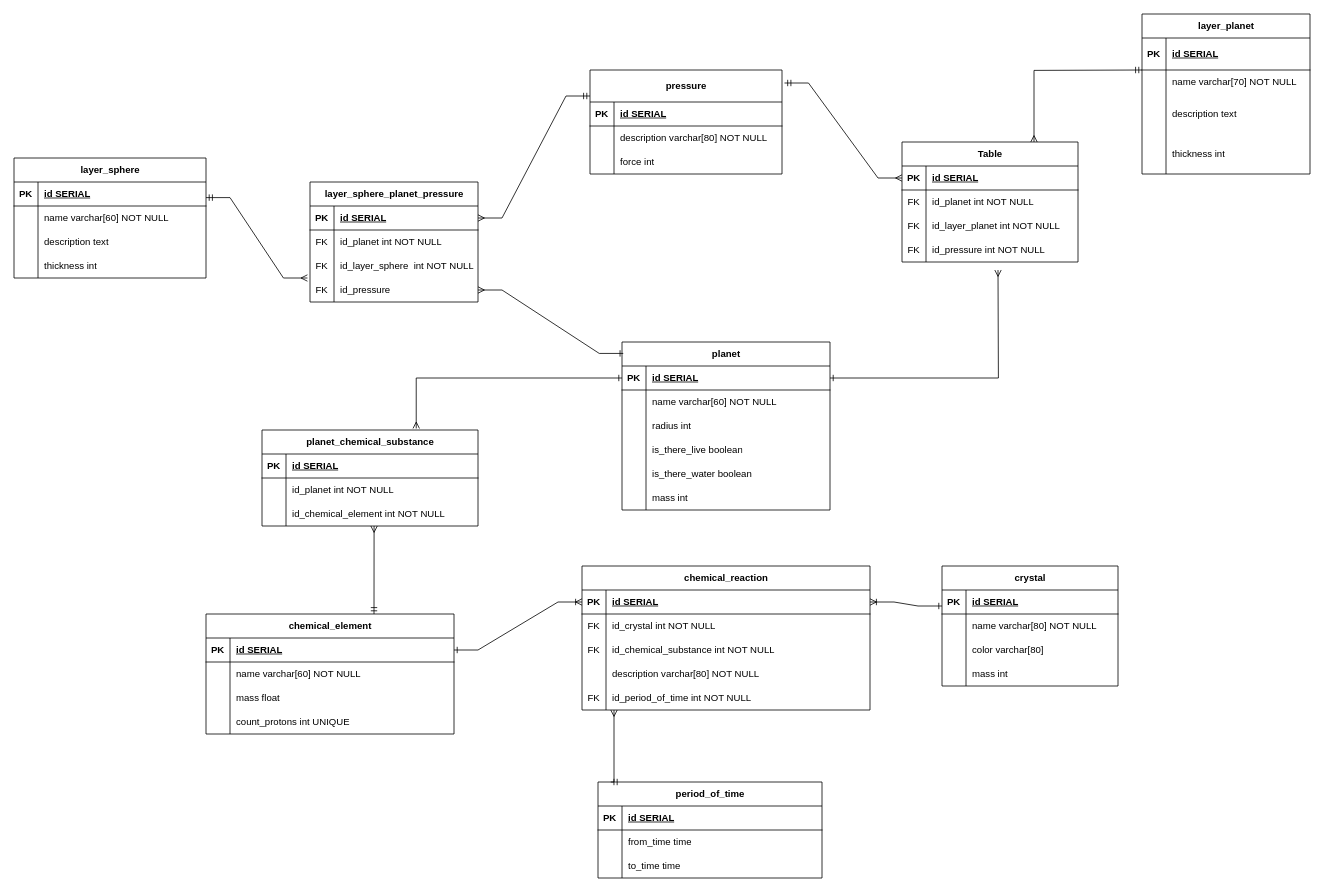
This is e.drawio from Timur312o4/Data-base, a draw.io file, before an edit. Source tidied: cells renumbered, new cells numbered last; positions are measured from the earlier drawing's top-left corner, leaving out a move shared by most shapes. Both pictures are drawn from the tidied source at 80%, with x=0, y=0 at pixel (14, 14).
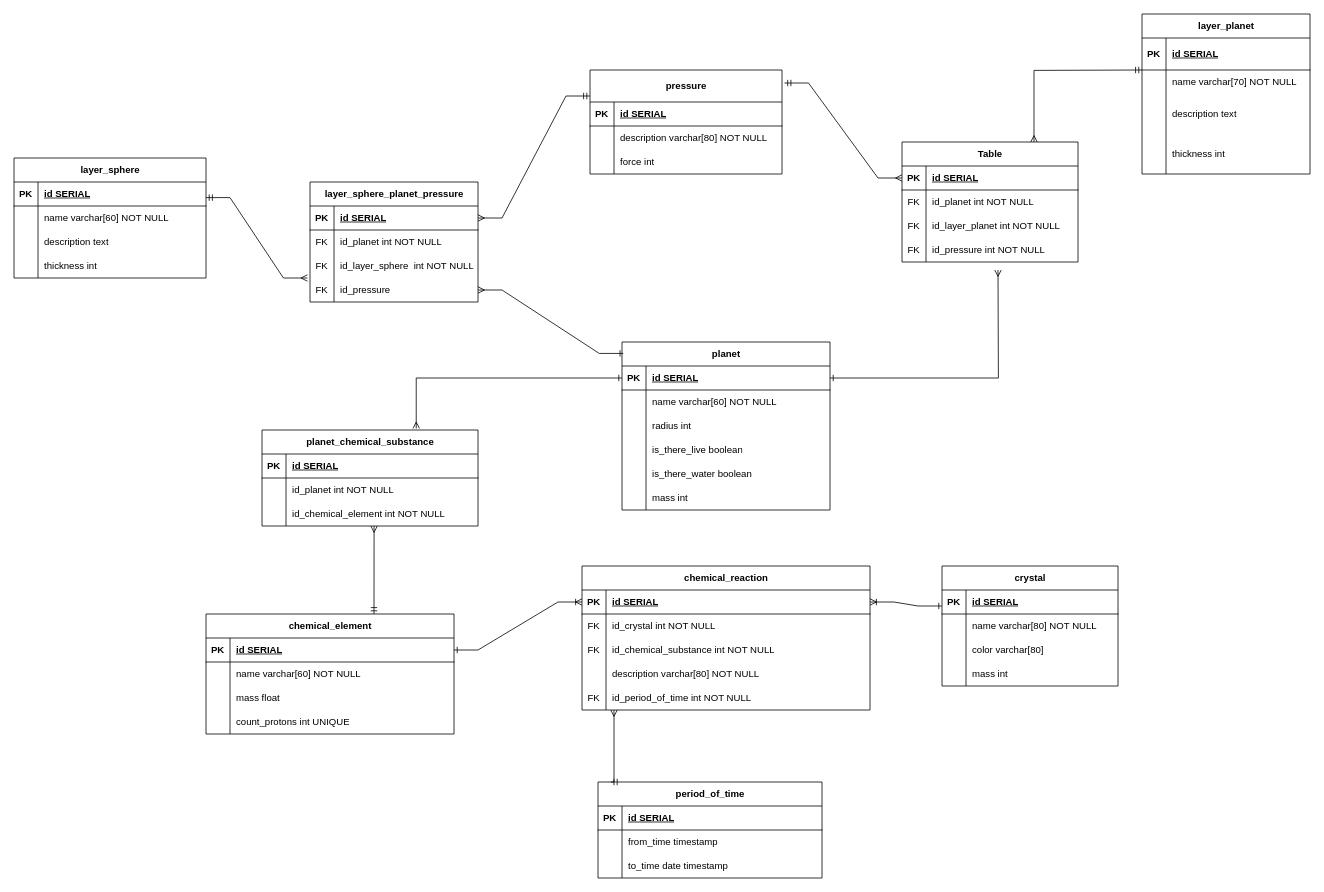
After the change.

Unchanged cells that the change refers to:
```xml
<mxCell id="92" style="shape=tableRow;horizontal=0;startSize=0;swimlaneHead=0;swimlaneBody=0;fillColor=none;top=0;left=0;right=0;bottom=0;" parent="88" vertex="1">
  <mxGeometry y="60" width="280" height="30" as="geometry" />
</mxCell>
<mxCell id="95" style="shape=tableRow;horizontal=0;startSize=0;swimlaneHead=0;swimlaneBody=0;fillColor=none;top=0;left=0;right=0;bottom=0;" parent="88" vertex="1">
  <mxGeometry y="90" width="280" height="30" as="geometry" />
</mxCell>
```

What changed in the source:
```diff
@@
-    <mxCell id="94" value="from_time time" style="shape=partialRectangle;fillColor=none;top=0;left=0;bottom=0;right=0;align=left;spacingLeft=6;overflow=hidden;whiteSpace=wrap;html=1;" parent="92" vertex="1">
+    <mxCell id="94" value="from_time timestamp" style="shape=partialRectangle;fillColor=none;top=0;left=0;bottom=0;right=0;align=left;spacingLeft=6;overflow=hidden;whiteSpace=wrap;html=1;" parent="92" vertex="1">
       <mxGeometry x="30" width="250" height="30" as="geometry" />
     </mxCell>
@@
-    <mxCell id="97" value="to_time time" style="shape=partialRectangle;fillColor=none;top=0;left=0;bottom=0;right=0;align=left;spacingLeft=6;overflow=hidden;whiteSpace=wrap;html=1;" parent="95" vertex="1">
+    <mxCell id="97" value="to_time date timestamp" style="shape=partialRectangle;fillColor=none;top=0;left=0;bottom=0;right=0;align=left;spacingLeft=6;overflow=hidden;whiteSpace=wrap;html=1;" parent="95" vertex="1">
       <mxGeometry x="30" width="250" height="30" as="geometry" />
     </mxCell>
```
